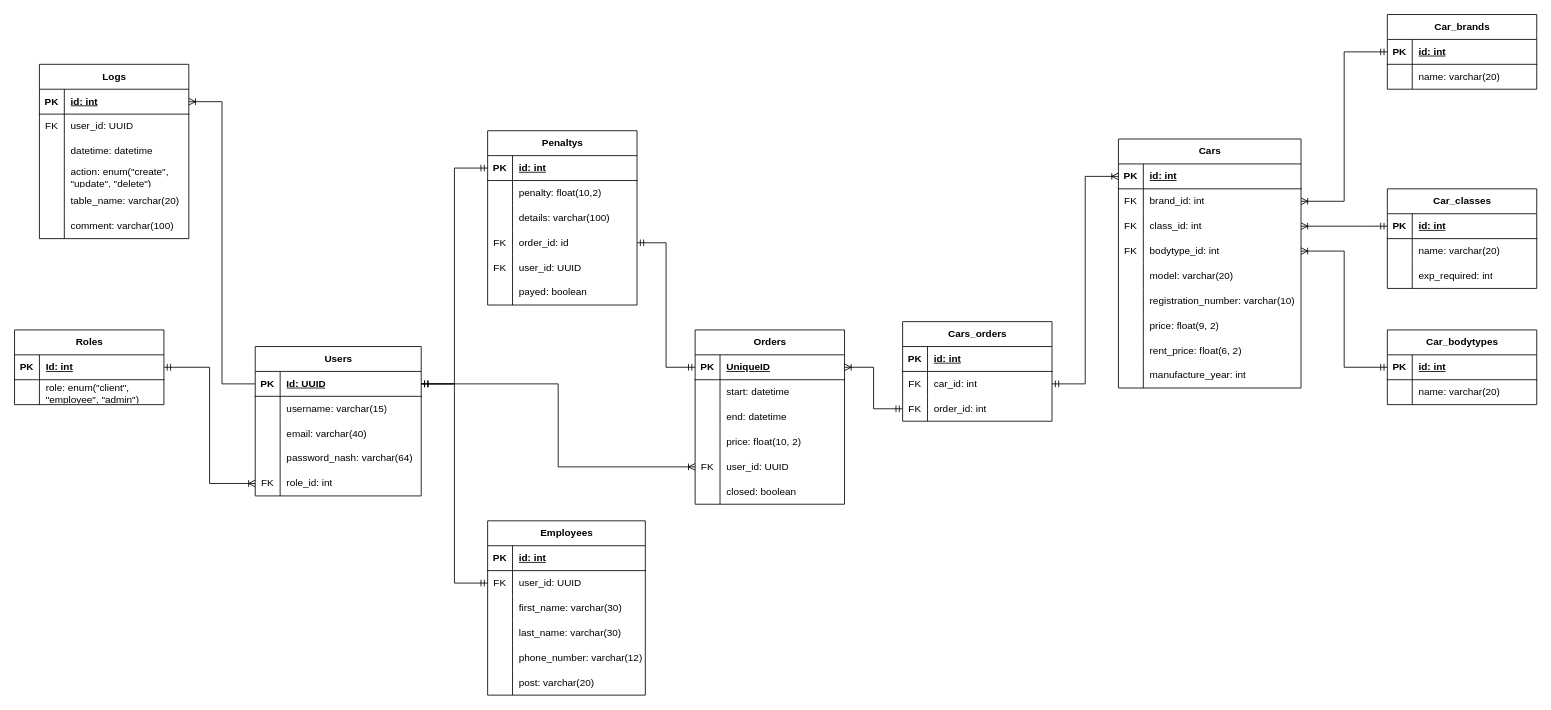
This is DB.drawio from LoneXDii/DB-labs, a draw.io file, before an edit. Source tidied: cells renumbered, new cells numbered last; positions are measured from the earlier drawing's top-left corner, leaving out a move shared by most shapes. Both pictures are drawn from the tidied source at 83%, with x=0, y=0 at pixel (14, 14).
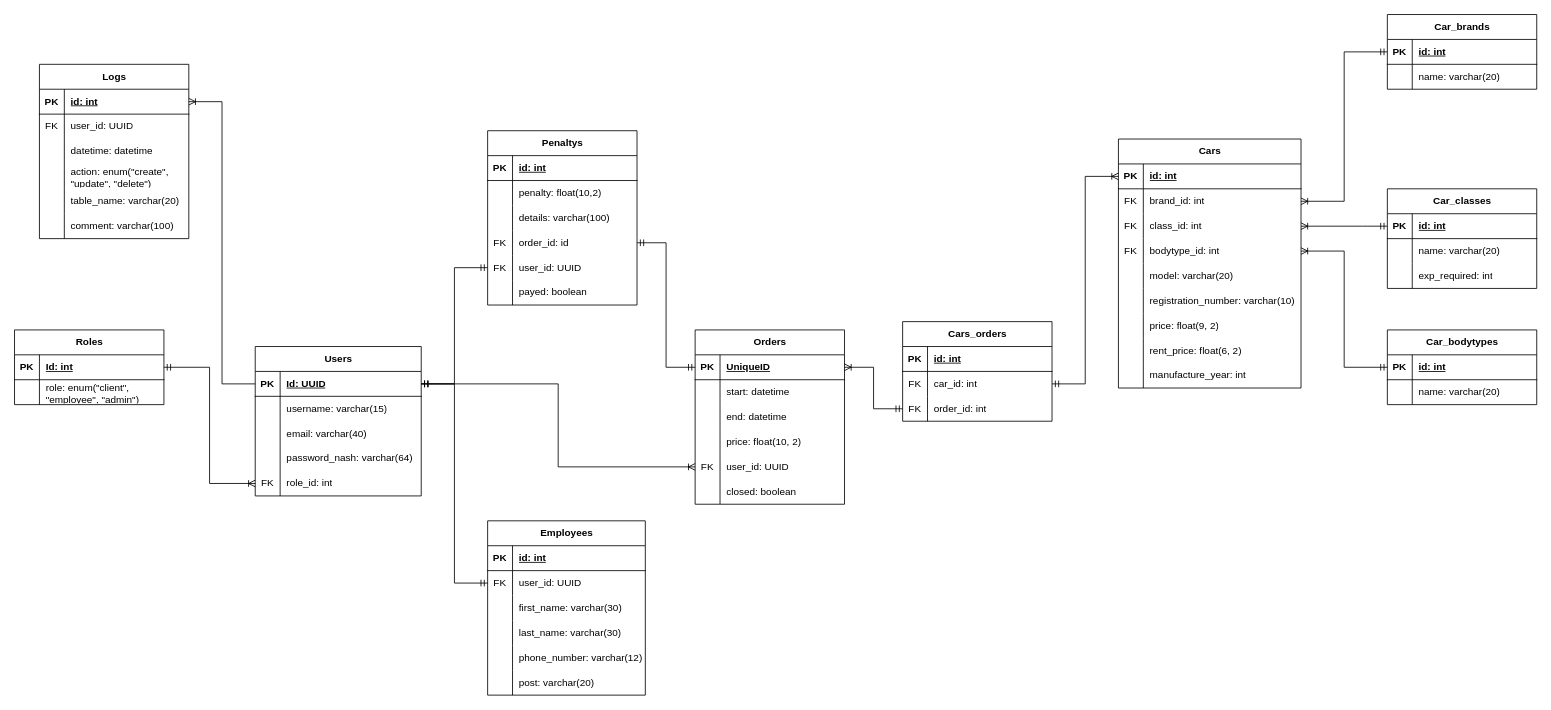
Above is the later version.

Commit message (it also covers changes not shown here):
lab1-2 ашч

The change refers to these unchanged cells:
```xml
<mxCell id="3" style="shape=tableRow;horizontal=0;startSize=0;swimlaneHead=0;swimlaneBody=0;fillColor=none;points=[[0,0.5],[1,0.5]];portConstraint=eastwest;top=0;left=0;right=0;bottom=1;" parent="2" vertex="1">
  <mxGeometry y="30" width="200" height="30" as="geometry" />
</mxCell>
<mxCell id="154" style="shape=tableRow;horizontal=0;startSize=0;swimlaneHead=0;swimlaneBody=0;fillColor=none;points=[[0,0.5],[1,0.5]];portConstraint=eastwest;top=0;left=0;right=0;bottom=1;" parent="153" vertex="1">
  <mxGeometry y="30" width="180" height="30" as="geometry" />
</mxCell>
<mxCell id="166" style="shape=tableRow;horizontal=0;startSize=0;swimlaneHead=0;swimlaneBody=0;fillColor=none;points=[[0,0.5],[1,0.5]];portConstraint=eastwest;top=0;left=0;right=0;bottom=0;" parent="153" vertex="1">
  <mxGeometry y="150" width="180" height="30" as="geometry" />
</mxCell>
```

The edit, as a diff of the source:
```diff
@@
-    <mxCell id="173" style="edgeStyle=elbowEdgeStyle;fontSize=12;html=1;endArrow=ERmandOne;startArrow=ERmandOne;rounded=0;exitX=0;exitY=0.5;exitDx=0;exitDy=0;entryX=1;entryY=0.5;entryDx=0;entryDy=0;" parent="1" edge="1" source="154" target="3">
+    <mxCell id="173" style="edgeStyle=elbowEdgeStyle;fontSize=12;html=1;endArrow=ERmandOne;startArrow=ERmandOne;rounded=0;exitX=0;exitY=0.5;exitDx=0;exitDy=0;entryX=1;entryY=0.5;entryDx=0;entryDy=0;" parent="1" edge="1" source="166" target="3">
       <mxGeometry relative="1" as="geometry" />
     </mxCell>
```
